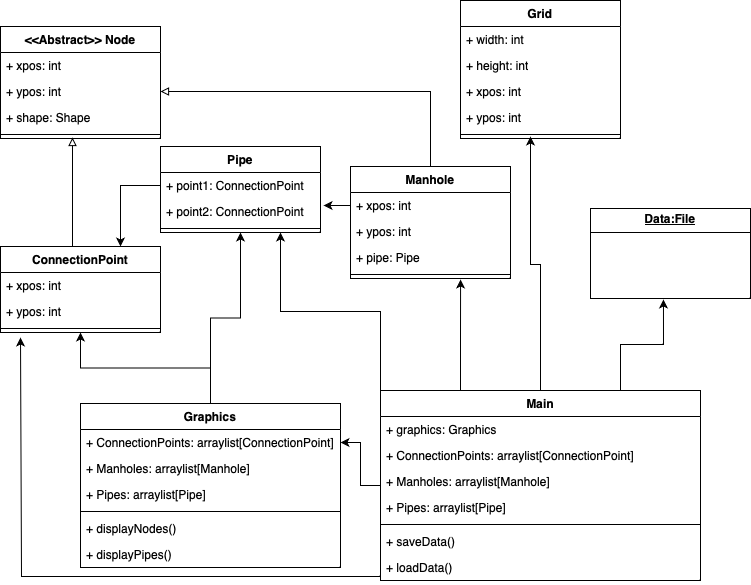
Before: images/SewerClassDiagram.png, a diagram exported from draw.io (Ian-Turner4/Sewer-System-Planner). Source tidied: cells renumbered, new cells last; positions are measured from the earlier drawing's top-left corner, leaving out a move shared by most shapes.
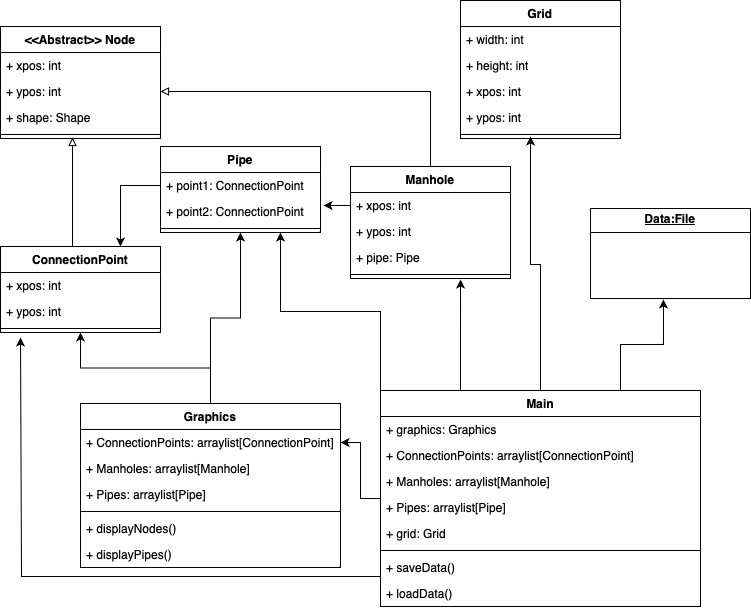
After the change.

Commit message:
Updated class diagram for dark mode

Change to the diagram source:
```diff
@@ -1,4 +1,4 @@
-<mxGraphModel>
+<mxGraphModel background="#FFFFFF">
   <root>
     <mxCell id="0" />
     <mxCell id="1" parent="0" />
@@ -124,7 +124,7 @@
       <mxGeometry relative="1" as="geometry" />
     </mxCell>
     <mxCell id="39" value="Main" style="swimlane;fontStyle=1;align=center;verticalAlign=top;horizontal=1;startSize=26;whiteSpace=wrap;html=1;" parent="1" vertex="1">
-      <mxGeometry x="380" y="390" width="320" height="190" as="geometry" />
+      <mxGeometry x="380" y="390" width="320" height="216" as="geometry" />
     </mxCell>
     <mxCell id="40" value="+ graphics: Graphics" style="text;strokeColor=none;fillColor=none;align=left;verticalAlign=top;spacingLeft=4;spacingRight=4;overflow=hidden;whiteSpace=wrap;html=1;" parent="39" vertex="1">
       <mxGeometry y="26" width="320" height="26" as="geometry" />
@@ -138,11 +138,14 @@
     <mxCell id="43" value="+ Pipes: arraylist[Pipe]" style="text;strokeColor=none;fillColor=none;align=left;verticalAlign=top;spacingLeft=4;spacingRight=4;overflow=hidden;whiteSpace=wrap;html=1;" parent="39" vertex="1">
       <mxGeometry y="104" width="320" height="26" as="geometry" />
     </mxCell>
+    <mxCell id="54" value="+ grid: Grid" style="text;strokeColor=none;fillColor=none;align=left;verticalAlign=top;spacingLeft=4;spacingRight=4;overflow=hidden;whiteSpace=wrap;html=1;" parent="39" vertex="1">
+      <mxGeometry y="130" width="320" height="26" as="geometry" />
+    </mxCell>
     <mxCell id="44" style="line;strokeWidth=1;fillColor=none;align=left;verticalAlign=middle;spacingTop=-1;spacingLeft=3;spacingRight=3;labelPosition=right;strokeColor=inherit;" parent="39" vertex="1">
-      <mxGeometry y="130" width="320" height="8" as="geometry" />
+      <mxGeometry y="156" width="320" height="8" as="geometry" />
     </mxCell>
     <mxCell id="45" value="+ saveData()" style="text;strokeColor=none;fillColor=none;align=left;verticalAlign=top;spacingLeft=4;spacingRight=4;overflow=hidden;whiteSpace=wrap;html=1;" parent="39" vertex="1">
-      <mxGeometry y="138" width="320" height="26" as="geometry" />
+      <mxGeometry y="164" width="320" height="26" as="geometry" />
     </mxCell>
     <mxCell id="46" style="edgeStyle=orthogonalEdgeStyle;rounded=0;jettySize=auto;html=1;exitX=0;exitY=0.5;exitDx=0;exitDy=0;" parent="39" edge="1" source="47">
       <mxGeometry relative="1" as="geometry">
@@ -154,7 +157,7 @@
       </mxGeometry>
     </mxCell>
     <mxCell id="47" value="+ loadData()" style="text;strokeColor=none;fillColor=none;align=left;verticalAlign=top;spacingLeft=4;spacingRight=4;overflow=hidden;points=[[0,0.5],[1,0.5]];portConstraint=eastwest;whiteSpace=wrap;html=1;" parent="39" vertex="1">
-      <mxGeometry y="164" width="320" height="26" as="geometry" />
+      <mxGeometry y="190" width="320" height="26" as="geometry" />
     </mxCell>
     <mxCell id="48" style="edgeStyle=orthogonalEdgeStyle;rounded=0;jettySize=auto;html=1;exitX=0;exitY=0.5;exitDx=0;exitDy=0;entryX=1;entryY=0.5;entryDx=0;entryDy=0;" parent="1" edge="1" source="39" target="11">
       <mxGeometry relative="1" as="geometry" />
```
